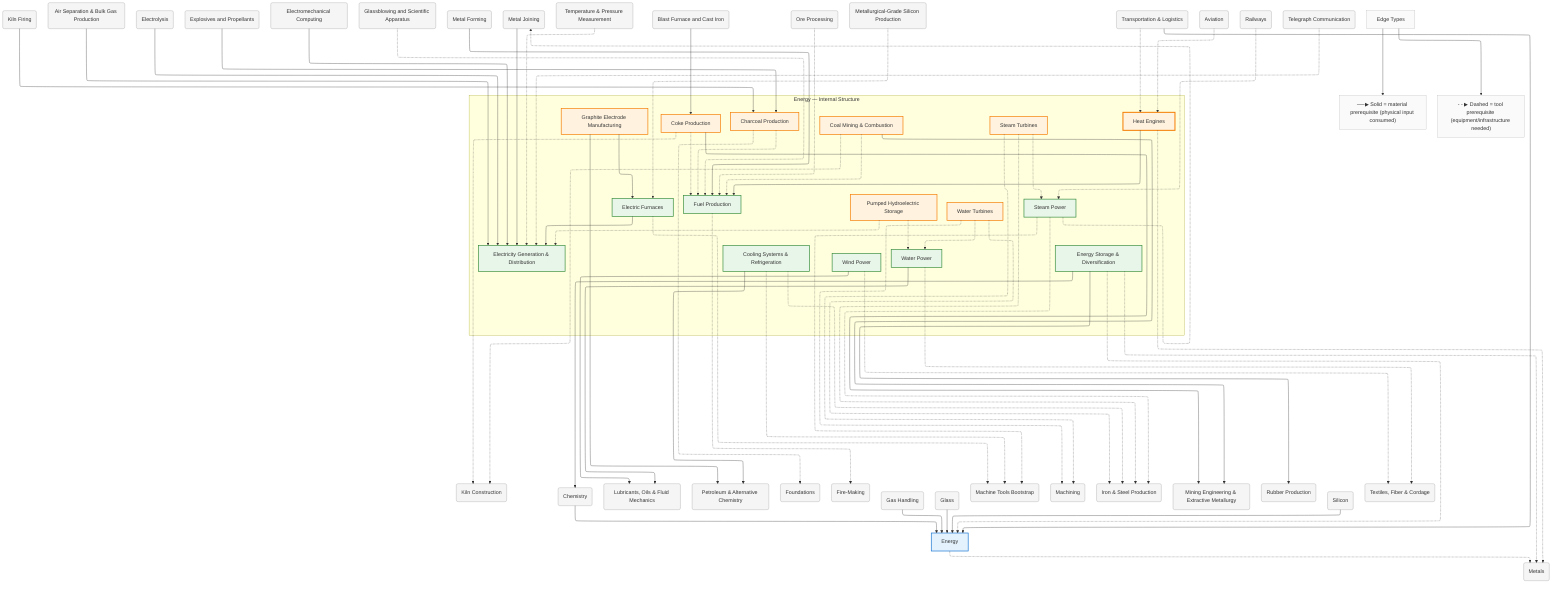
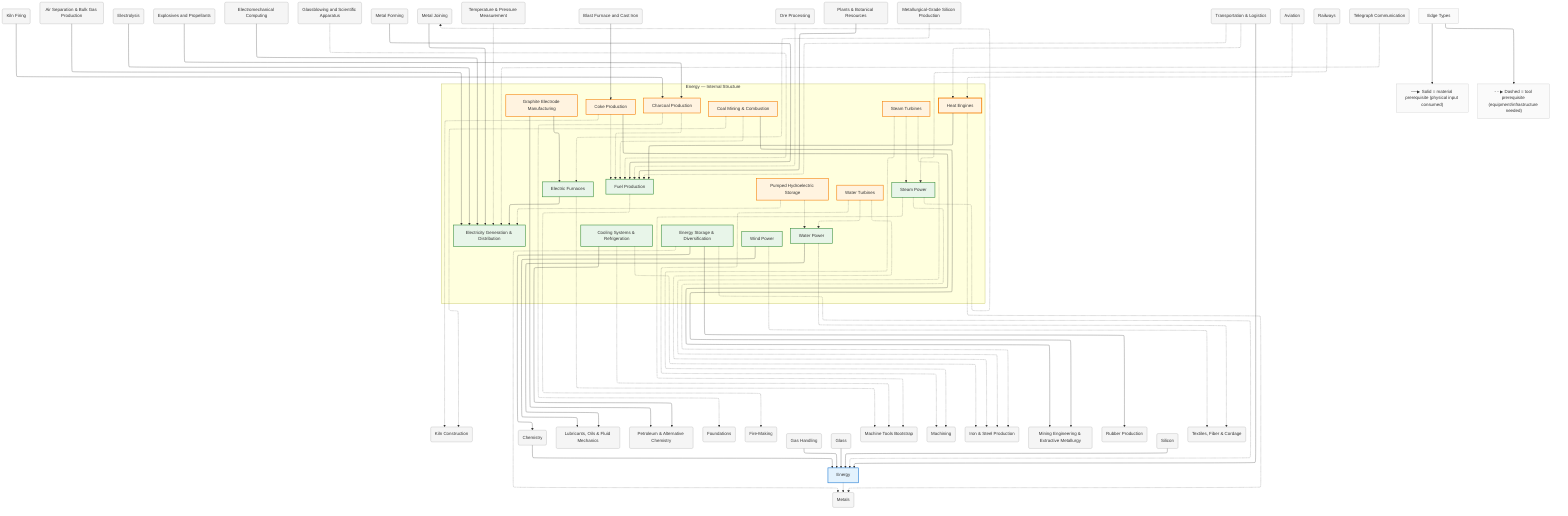
%%{init: {"flowchart": {"defaultRenderer": "elk", "htmlLabels": true}}}%%
graph TD
    %% Domain: Energy

    %% ==================== INTERNAL NODES ====================
    subgraph energy_internal ["Energy — Internal Structure"]
        direction TB
        energy_gravity["Water Power"]
        energy_wind["Wind Power"]
        energy_fuels["Fuel Production"]
        energy_fuels_charcoal["Charcoal Production"]
        energy_fuels_coal["Coal Mining & Combustion"]
        energy_fuels_coke["Coke Production"]
        energy_steam-power["Steam Power"]
        energy_engine["Heat Engines"]
        energy_electricity["Electricity Generation & Distribution"]
        energy_electric-furnaces["Electric Furnaces"]
        energy_cooling["Cooling Systems & Refrigeration"]
        energy_storage["Energy Storage & Diversification"]
        energy_steam-power_steam-turbines["Steam Turbines"]
        energy_gravity_water-turbines["Water Turbines"]
        energy_storage_pumped-hydro["Pumped Hydroelectric Storage"]
        energy_electric-furnaces_electrode-manufacturing["Graphite Electrode Manufacturing"]
    end

    %% ==================== DOMAIN NODE ====================
    energy["Energy"]

    %% ==================== EXTERNAL DEPENDENCIES ====================
    ceramics_kilns("Kiln Construction")
    ceramics_pottery_kiln-firing("Kiln Firing")
    chemistry("Chemistry")
    chemistry_air-separation("Air Separation & Bulk Gas Production")
    chemistry_electrolysis("Electrolysis")
    chemistry_explosives("Explosives and Propellants")
    chemistry_lubricants("Lubricants, Oils & Fluid Mechanics")
    chemistry_petroleum-alternatives("Petroleum & Alternative Chemistry")
    computing_electromechanical("Electromechanical Computing")
    foundations("Foundations")
    foundations_fire("Fire-Making")
    gas-handling("Gas Handling")
    glass("Glass")
    glass_advanced_glassblowing("Glassblowing and Scientific Apparatus")
    machine-tools("Machine Tools Bootstrap")
    machine-tools_forming("Metal Forming")
    machine-tools_joining("Metal Joining")
    machine-tools_machining("Machining")
    measurement_temperature-pressure("Temperature & Pressure Measurement")
    metals("Metals")
    metals_iron-steel("Iron & Steel Production")
    metals_iron-steel_blast-furnace("Blast Furnace and Cast Iron")
    mining("Mining Engineering & Extractive Metallurgy")
    mining_processing("Ore Processing")
+     plants("Plants & Botanical Resources")
    polymers_rubber("Rubber Production")
    silicon("Silicon")
    silicon_mg-si-production("Metallurgical-Grade Silicon Production")
    textiles("Textiles, Fiber & Cordage")
    transport("Transportation & Logistics")
    transport_aviation("Aviation")
    transport_railways("Railways")
    transport_telegraph("Telegraph Communication")

    %% ==================== EDGES ====================
    energy_electric-furnaces --> energy_electricity
    energy_storage -.-> energy
    energy_fuels_charcoal -.-> energy_fuels
    energy_fuels_coal -.-> energy_fuels
    energy_fuels_coke -.-> energy_fuels
    energy_engine --> energy_fuels
    energy_steam-power_steam-turbines -.-> energy_steam-power
    energy_gravity_water-turbines -.-> energy_gravity
    energy_storage_pumped-hydro -.-> energy_gravity
    energy_storage_pumped-hydro -.-> energy_electricity
    energy_electric-furnaces_electrode-manufacturing --> energy_electric-furnaces
    energy_gravity -.-> textiles
    energy_wind -.-> textiles
    energy_gravity --> chemistry_lubricants
    energy_wind --> chemistry_lubricants
    energy -.-> metals
    energy_fuels_coal -.-> ceramics_kilns
    energy_fuels_coke -.-> ceramics_kilns
    energy_fuels_coal --> mining
    energy_fuels_coke --> mining
    energy_steam-power -.-> machine-tools
    energy_steam-power -.-> metals_iron-steel
    energy_steam-power -.-> machine-tools_joining
    energy_electric-furnaces -.-> machine-tools
    energy_cooling -.-> machine-tools
    energy_cooling -.-> metals_iron-steel
    energy_cooling --> chemistry_petroleum-alternatives
    chemistry_electrolysis --> energy_electricity
    machine-tools_joining --> energy_electricity
    chemistry --> energy
    glass --> energy
    gas-handling --> energy
    silicon --> energy
    silicon_mg-si-production -.-> energy_electric-furnaces
    chemistry_air-separation --> energy_electricity
    energy_storage --> chemistry
    energy_storage -.-> metals
    transport --> energy
    energy_fuels_charcoal -.-> foundations
    ceramics_pottery_kiln-firing --> energy_fuels_charcoal
    energy_fuels -.-> foundations_fire
    machine-tools_forming --> energy_fuels
    computing_electromechanical --> energy_electricity
    mining_processing -.-> energy_fuels
    energy_storage --> polymers_rubber
    transport_railways -.-> energy_steam-power
    measurement_temperature-pressure -.-> energy_electricity
    energy_engine -.-> metals
    transport_aviation -.-> energy_engine
    transport -.-> energy_engine
    energy_steam-power_steam-turbines -.-> metals_iron-steel
    energy_steam-power_steam-turbines -.-> machine-tools_machining
    energy_gravity_water-turbines -.-> metals_iron-steel
    energy_gravity_water-turbines -.-> machine-tools_machining
    energy_electric-furnaces_electrode-manufacturing --> chemistry_petroleum-alternatives
    metals_iron-steel_blast-furnace --> energy_fuels_coke
    transport_telegraph -.-> energy_electricity
    chemistry_explosives --> energy_fuels_charcoal
    glass_advanced_glassblowing -.-> energy_fuels
+     transport -.-> energy_fuels
+     plants --> energy_fuels

    %% ==================== EDGE TYPE LEGEND ====================
    EdgeLegend["Edge Types"]
    EdgeLegend --> MatNote["──▶ Solid = material prerequisite (physical input consumed)"]
    EdgeLegend --> ToolNote["- - ▶ Dashed = tool prerequisite (equipment/infrastructure needed)"]

    %% ==================== STYLING ====================
    classDef domain fill:#e3f2fd,stroke:#1976d2,stroke-width:2px
    classDef capability fill:#e8f5e9,stroke:#388e3c,stroke-width:2px
    classDef process fill:#fff3e0,stroke:#f57c00,stroke-width:2px
    classDef critical fill:#fff3e0,stroke:#f57c00,stroke-width:3px
    classDef earlyWin fill:#e8f5e9,stroke:#388e3c,stroke-width:3px
    classDef pinnacle fill:#fce4ec,stroke:#c62828,stroke-width:3px
    classDef external fill:#f5f5f5,stroke:#9e9e9e,stroke-width:1px
    classDef legend fill:#fafafa,stroke:#bdbdbd,stroke-width:1px
    class energy domain
    class energy_gravity capability
    class energy_wind capability
    class energy_fuels capability
    class energy_fuels_charcoal process
    class energy_fuels_coal process
    class energy_fuels_coke process
    class energy_steam-power capability
    class energy_engine critical
    class energy_electricity capability
    class energy_electric-furnaces capability
    class energy_cooling capability
    class energy_storage capability
    class energy_steam-power_steam-turbines process
    class energy_gravity_water-turbines process
    class energy_storage_pumped-hydro process
    class energy_electric-furnaces_electrode-manufacturing process
    class ceramics_kilns external
    class ceramics_pottery_kiln-firing external
    class chemistry external
    class chemistry_air-separation external
    class chemistry_electrolysis external
    class chemistry_explosives external
    class chemistry_lubricants external
    class chemistry_petroleum-alternatives external
    class computing_electromechanical external
    class foundations external
    class foundations_fire external
    class gas-handling external
    class glass external
    class glass_advanced_glassblowing external
    class machine-tools external
    class machine-tools_forming external
    class machine-tools_joining external
    class machine-tools_machining external
    class measurement_temperature-pressure external
    class metals external
    class metals_iron-steel external
    class metals_iron-steel_blast-furnace external
    class mining external
    class mining_processing external
+     class plants external
    class polymers_rubber external
    class silicon external
    class silicon_mg-si-production external
    class textiles external
    class transport external
    class transport_aviation external
    class transport_railways external
    class transport_telegraph external
    class EdgeLegend,MatNote,ToolNote legend
